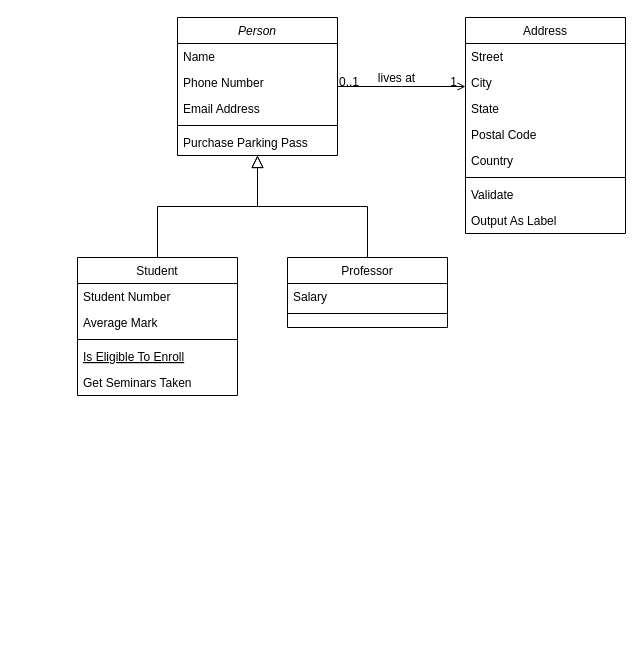
rnbruno/IDEMA_Atual keeps this draw.io diagram as Ponto/UML_Ponto.drawio. Above is the earlier version. Source tidied: cells renumbered, new cells numbered last; positions are measured from the earlier drawing's top-left corner, leaving out a move shared by most shapes. Both pictures are drawn from the tidied source at 100%, with x=0, y=0 at pixel (77, 17).
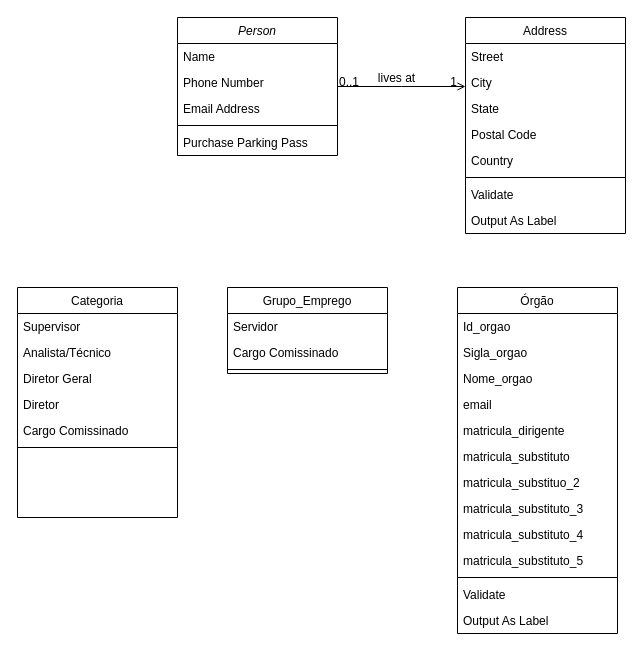
Above is the later version.

The change refers to these unchanged cells:
```xml
<mxCell id="2" value="Person" style="swimlane;fontStyle=2;align=center;verticalAlign=top;horizontal=1;startSize=26;rounded=0;shadow=0;strokeWidth=1;" parent="1" vertex="1">
  <mxGeometry x="100" width="160" height="138" as="geometry" />
</mxCell>
```

The edit, as a diff of the source:
```diff
@@
-    <mxCell id="8" value="Student" style="swimlane;fontStyle=0;align=center;verticalAlign=top;horizontal=1;startSize=26;rounded=0;shadow=0;strokeWidth=1;" parent="1" vertex="1">
-      <mxGeometry y="240" width="160" height="138" as="geometry" />
+    <mxCell id="8" value="Categoria" style="swimlane;fontStyle=0;align=center;verticalAlign=top;horizontal=1;startSize=26;rounded=0;shadow=0;strokeWidth=1;" parent="1" vertex="1">
+      <mxGeometry x="-60" y="270" width="160" height="230" as="geometry" />
     </mxCell>
-    <mxCell id="9" value="Student Number" style="text;align=left;verticalAlign=top;spacingLeft=4;spacingRight=4;overflow=hidden;" parent="8" vertex="1">
+    <mxCell id="9" value="Supervisor" style="text;align=left;verticalAlign=top;spacingLeft=4;spacingRight=4;overflow=hidden;" parent="8" vertex="1">
       <mxGeometry y="26" width="160" height="26" as="geometry" />
     </mxCell>
-    <mxCell id="10" value="Average Mark" style="text;align=left;verticalAlign=top;spacingLeft=4;spacingRight=4;overflow=hidden;rounded=0;shadow=0;html=0;" parent="8" vertex="1">
+    <mxCell id="10" value="Analista/Técnico" style="text;align=left;verticalAlign=top;spacingLeft=4;spacingRight=4;overflow=hidden;rounded=0;shadow=0;html=0;" parent="8" vertex="1">
       <mxGeometry y="52" width="160" height="26" as="geometry" />
     </mxCell>
+    <mxCell id="32" value="Diretor Geral" style="text;align=left;verticalAlign=top;spacingLeft=4;spacingRight=4;overflow=hidden;rounded=0;shadow=0;html=0;" parent="8" vertex="1">
+      <mxGeometry y="78" width="160" height="26" as="geometry" />
+    </mxCell>
+    <mxCell id="33" value="Diretor" style="text;align=left;verticalAlign=top;spacingLeft=4;spacingRight=4;overflow=hidden;rounded=0;shadow=0;html=0;" parent="8" vertex="1">
+      <mxGeometry y="104" width="160" height="26" as="geometry" />
+    </mxCell>
+    <mxCell id="34" value="Cargo Comissinado" style="text;align=left;verticalAlign=top;spacingLeft=4;spacingRight=4;overflow=hidden;rounded=0;shadow=0;html=0;" parent="8" vertex="1">
+      <mxGeometry y="130" width="160" height="26" as="geometry" />
+    </mxCell>
     <mxCell id="11" style="line;html=1;strokeWidth=1;align=left;verticalAlign=middle;spacingTop=-1;spacingLeft=3;spacingRight=3;labelPosition=right;" parent="8" vertex="1">
-      <mxGeometry y="78" width="160" height="8" as="geometry" />
+      <mxGeometry y="156" width="160" height="8" as="geometry" />
     </mxCell>
-    <mxCell id="12" value="Is Eligible To Enroll" style="text;align=left;verticalAlign=top;spacingLeft=4;spacingRight=4;overflow=hidden;fontStyle=4;" parent="8" vertex="1">
-      <mxGeometry y="86" width="160" height="26" as="geometry" />
-    </mxCell>
-    <mxCell id="13" value="Get Seminars Taken" style="text;align=left;verticalAlign=top;spacingLeft=4;spacingRight=4;overflow=hidden;" parent="8" vertex="1">
-      <mxGeometry y="112" width="160" height="26" as="geometry" />
-    </mxCell>
-    <mxCell id="14" style="endArrow=block;endSize=10;endFill=0;shadow=0;strokeWidth=1;rounded=0;edgeStyle=elbowEdgeStyle;elbow=vertical;" parent="1" edge="1" source="8" target="2">
-      <mxGeometry relative="1" as="geometry" />
-    </mxCell>
-    <mxCell id="15" value="Professor" style="swimlane;fontStyle=0;align=center;verticalAlign=top;horizontal=1;startSize=26;rounded=0;shadow=0;strokeWidth=1;" parent="1" vertex="1">
-      <mxGeometry x="210" y="240" width="160" height="70" as="geometry" />
-    </mxCell>
-    <mxCell id="16" value="Salary" style="text;align=left;verticalAlign=top;spacingLeft=4;spacingRight=4;overflow=hidden;" parent="15" vertex="1">
-      <mxGeometry y="26" width="160" height="26" as="geometry" />
-    </mxCell>
-    <mxCell id="17" style="line;html=1;strokeWidth=1;align=left;verticalAlign=middle;spacingTop=-1;spacingLeft=3;spacingRight=3;labelPosition=right;" parent="15" vertex="1">
-      <mxGeometry y="52" width="160" height="8" as="geometry" />
-    </mxCell>
-    <mxCell id="18" style="endArrow=block;endSize=10;endFill=0;shadow=0;strokeWidth=1;rounded=0;edgeStyle=elbowEdgeStyle;elbow=vertical;" parent="1" edge="1" source="15" target="2">
-      <mxGeometry relative="1" as="geometry" />
-    </mxCell>
@@
+    <mxCell id="35" value="Grupo_Emprego" style="swimlane;fontStyle=0;align=center;verticalAlign=top;horizontal=1;startSize=26;rounded=0;shadow=0;strokeWidth=1;" parent="1" vertex="1">
+      <mxGeometry x="150" y="270" width="160" height="86" as="geometry" />
+    </mxCell>
+    <mxCell id="36" value="Servidor" style="text;align=left;verticalAlign=top;spacingLeft=4;spacingRight=4;overflow=hidden;" parent="35" vertex="1">
+      <mxGeometry y="26" width="160" height="26" as="geometry" />
+    </mxCell>
+    <mxCell id="37" value="Cargo Comissinado" style="text;align=left;verticalAlign=top;spacingLeft=4;spacingRight=4;overflow=hidden;" parent="35" vertex="1">
+      <mxGeometry y="52" width="160" height="26" as="geometry" />
+    </mxCell>
+    <mxCell id="38" style="line;html=1;strokeWidth=1;align=left;verticalAlign=middle;spacingTop=-1;spacingLeft=3;spacingRight=3;labelPosition=right;" parent="35" vertex="1">
+      <mxGeometry y="78" width="160" height="8" as="geometry" />
+    </mxCell>
+    <mxCell id="39" value="Órgão" style="swimlane;fontStyle=0;align=center;verticalAlign=top;horizontal=1;startSize=26;rounded=0;shadow=0;strokeWidth=1;" parent="1" vertex="1">
+      <mxGeometry x="380" y="270" width="160" height="346" as="geometry" />
+    </mxCell>
+    <mxCell id="40" value="Id_orgao" style="text;align=left;verticalAlign=top;spacingLeft=4;spacingRight=4;overflow=hidden;" parent="39" vertex="1">
+      <mxGeometry y="26" width="160" height="26" as="geometry" />
+    </mxCell>
+    <mxCell id="41" value="Sigla_orgao" style="text;align=left;verticalAlign=top;spacingLeft=4;spacingRight=4;overflow=hidden;rounded=0;shadow=0;html=0;" parent="39" vertex="1">
+      <mxGeometry y="52" width="160" height="26" as="geometry" />
+    </mxCell>
+    <mxCell id="42" value="Nome_orgao" style="text;align=left;verticalAlign=top;spacingLeft=4;spacingRight=4;overflow=hidden;rounded=0;shadow=0;html=0;" parent="39" vertex="1">
+      <mxGeometry y="78" width="160" height="26" as="geometry" />
+    </mxCell>
+    <mxCell id="43" value="email" style="text;align=left;verticalAlign=top;spacingLeft=4;spacingRight=4;overflow=hidden;rounded=0;shadow=0;html=0;" parent="39" vertex="1">
+      <mxGeometry y="104" width="160" height="26" as="geometry" />
+    </mxCell>
+    <mxCell id="44" value="matricula_dirigente" style="text;align=left;verticalAlign=top;spacingLeft=4;spacingRight=4;overflow=hidden;rounded=0;shadow=0;html=0;" parent="39" vertex="1">
+      <mxGeometry y="130" width="160" height="26" as="geometry" />
+    </mxCell>
+    <mxCell id="45" value="matricula_substituto" style="text;align=left;verticalAlign=top;spacingLeft=4;spacingRight=4;overflow=hidden;rounded=0;shadow=0;html=0;" parent="39" vertex="1">
+      <mxGeometry y="156" width="160" height="26" as="geometry" />
+    </mxCell>
+    <mxCell id="46" value="matricula_substituo_2" style="text;align=left;verticalAlign=top;spacingLeft=4;spacingRight=4;overflow=hidden;rounded=0;shadow=0;html=0;" parent="39" vertex="1">
+      <mxGeometry y="182" width="160" height="26" as="geometry" />
+    </mxCell>
+    <mxCell id="47" value="matricula_substituto_3" style="text;align=left;verticalAlign=top;spacingLeft=4;spacingRight=4;overflow=hidden;rounded=0;shadow=0;html=0;" parent="39" vertex="1">
+      <mxGeometry y="208" width="160" height="26" as="geometry" />
+    </mxCell>
+    <mxCell id="48" value="matricula_substituto_4" style="text;align=left;verticalAlign=top;spacingLeft=4;spacingRight=4;overflow=hidden;rounded=0;shadow=0;html=0;" parent="39" vertex="1">
+      <mxGeometry y="234" width="160" height="26" as="geometry" />
+    </mxCell>
+    <mxCell id="49" value="matricula_substituto_5" style="text;align=left;verticalAlign=top;spacingLeft=4;spacingRight=4;overflow=hidden;rounded=0;shadow=0;html=0;" parent="39" vertex="1">
+      <mxGeometry y="260" width="160" height="26" as="geometry" />
+    </mxCell>
+    <mxCell id="50" style="line;html=1;strokeWidth=1;align=left;verticalAlign=middle;spacingTop=-1;spacingLeft=3;spacingRight=3;labelPosition=right;" parent="39" vertex="1">
+      <mxGeometry y="286" width="160" height="8" as="geometry" />
+    </mxCell>
+    <mxCell id="51" value="Validate" style="text;align=left;verticalAlign=top;spacingLeft=4;spacingRight=4;overflow=hidden;" parent="39" vertex="1">
+      <mxGeometry y="294" width="160" height="26" as="geometry" />
+    </mxCell>
+    <mxCell id="52" value="Output As Label" style="text;align=left;verticalAlign=top;spacingLeft=4;spacingRight=4;overflow=hidden;" parent="39" vertex="1">
+      <mxGeometry y="320" width="160" height="26" as="geometry" />
+    </mxCell>
```
